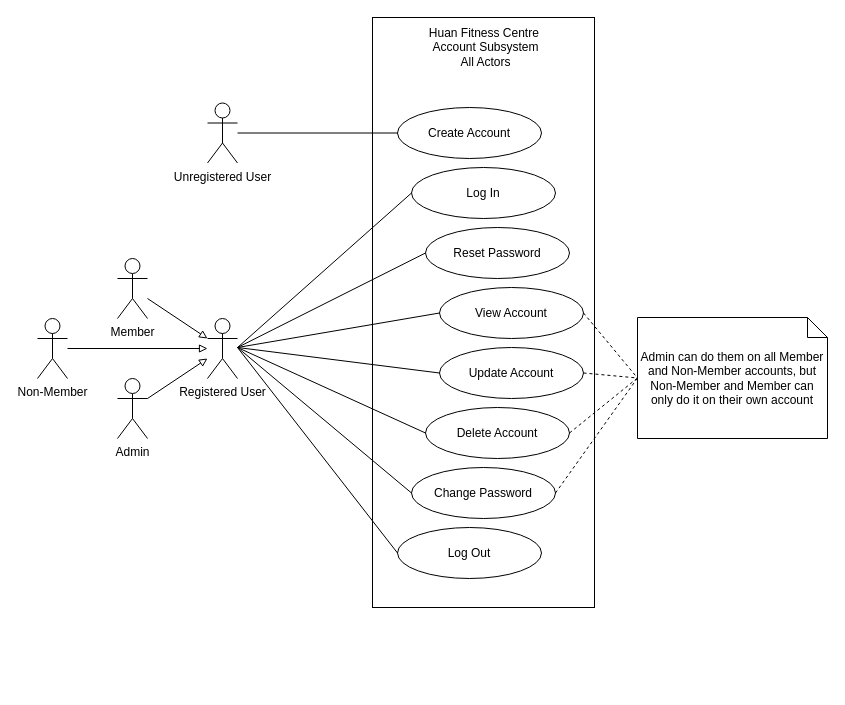
The draw.io diagram page "Account" (1 of 9) of diagrams/Use Case Diagram.drawio in iZ86/DIT2153WD, before the edit. Source tidied: cells renumbered, new cells numbered last; positions are measured from the earlier drawing's top-left corner, leaving out a move shared by most shapes. Both pictures are drawn from the tidied source at 100%, with x=0, y=0 at pixel (37, 17).
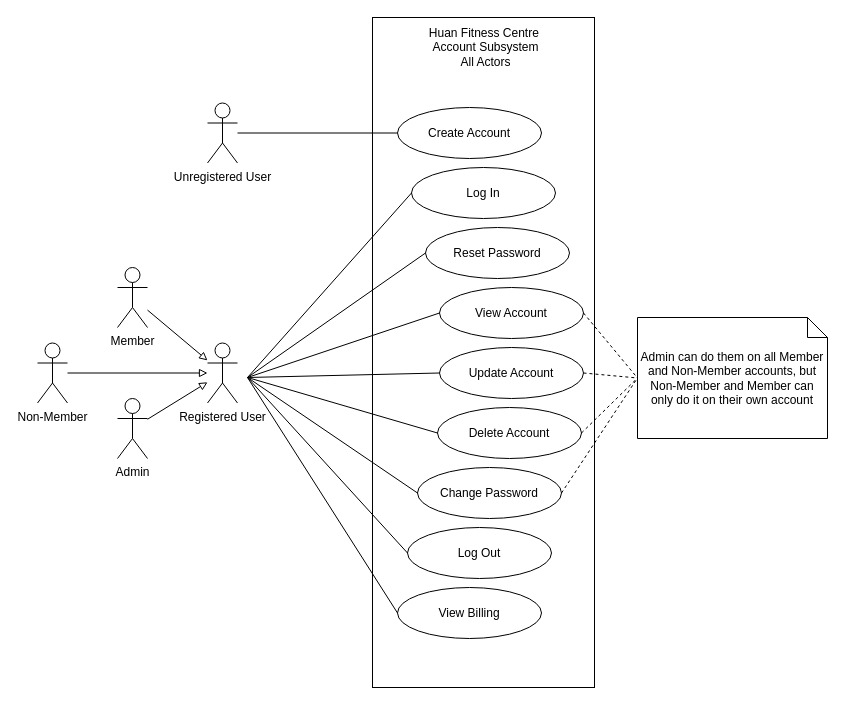
Above is the later version.

The change refers to these unchanged cells:
```xml
<mxCell id="6" value="View Account" style="ellipse;whiteSpace=wrap;html=1;" parent="1" vertex="1">
  <mxGeometry x="402" y="270" width="144" height="51" as="geometry" />
</mxCell>
<mxCell id="7" value="Update Account" style="ellipse;whiteSpace=wrap;html=1;" parent="1" vertex="1">
  <mxGeometry x="402" y="330" width="144" height="51" as="geometry" />
</mxCell>
<mxCell id="9" value="Log In" style="ellipse;whiteSpace=wrap;html=1;" parent="1" vertex="1">
  <mxGeometry x="374" y="150" width="144" height="51" as="geometry" />
</mxCell>
<mxCell id="32" value="Reset Password" style="ellipse;whiteSpace=wrap;html=1;" parent="1" vertex="1">
  <mxGeometry x="388" y="210" width="144" height="51" as="geometry" />
</mxCell>
```

Diff of the diagram source:
```diff
@@
     <mxCell id="2" style="rounded=0;whiteSpace=wrap;html=1;" parent="1" vertex="1">
-      <mxGeometry x="335" width="222" height="590" as="geometry" />
+      <mxGeometry x="335" width="222" height="670" as="geometry" />
     </mxCell>
@@
     <mxCell id="8" value="Delete Account" style="ellipse;whiteSpace=wrap;html=1;" parent="1" vertex="1">
-      <mxGeometry x="388" y="390" width="144" height="51" as="geometry" />
+      <mxGeometry x="400" y="390" width="144" height="51" as="geometry" />
     </mxCell>
@@
     <mxCell id="10" value="Change Password" style="ellipse;whiteSpace=wrap;html=1;" parent="1" vertex="1">
-      <mxGeometry x="374" y="450" width="144" height="51" as="geometry" />
+      <mxGeometry x="380" y="450" width="144" height="51" as="geometry" />
     </mxCell>
     <mxCell id="11" value="Log Out" style="ellipse;whiteSpace=wrap;html=1;" parent="1" vertex="1">
-      <mxGeometry x="360" y="510" width="144" height="51" as="geometry" />
+      <mxGeometry x="370" y="510" width="144" height="51" as="geometry" />
     </mxCell>
@@
     <mxCell id="13" style="rounded=0;jettySize=auto;html=1;entryX=0;entryY=0.5;entryDx=0;entryDy=0;endArrow=none;endFill=0;" parent="1" edge="1" target="6">
       <mxGeometry relative="1" as="geometry">
-        <mxPoint x="200" y="330" as="sourcePoint" />
+        <mxPoint x="210" y="360" as="sourcePoint" />
       </mxGeometry>
     </mxCell>
     <mxCell id="14" style="rounded=0;jettySize=auto;html=1;entryX=0;entryY=0.5;entryDx=0;entryDy=0;endArrow=none;endFill=0;" parent="1" edge="1" target="7">
       <mxGeometry relative="1" as="geometry">
-        <mxPoint x="200" y="330" as="sourcePoint" />
+        <mxPoint x="210" y="360" as="sourcePoint" />
       </mxGeometry>
     </mxCell>
     <mxCell id="15" style="rounded=0;jettySize=auto;html=1;entryX=0;entryY=0.5;entryDx=0;entryDy=0;endArrow=none;endFill=0;" parent="1" edge="1" target="8">
       <mxGeometry relative="1" as="geometry">
-        <mxPoint x="200" y="330" as="sourcePoint" />
+        <mxPoint x="210" y="360" as="sourcePoint" />
       </mxGeometry>
     </mxCell>
     <mxCell id="16" style="rounded=0;jettySize=auto;html=1;entryX=0;entryY=0.5;entryDx=0;entryDy=0;endArrow=none;endFill=0;" parent="1" edge="1" target="10">
       <mxGeometry relative="1" as="geometry">
-        <mxPoint x="200" y="330" as="sourcePoint" />
+        <mxPoint x="210" y="360" as="sourcePoint" />
       </mxGeometry>
     </mxCell>
     <mxCell id="17" style="rounded=0;jettySize=auto;html=1;entryX=0;entryY=0.5;entryDx=0;entryDy=0;endArrow=none;endFill=0;" parent="1" edge="1" target="11">
       <mxGeometry relative="1" as="geometry">
-        <mxPoint x="200" y="330" as="sourcePoint" />
+        <mxPoint x="210" y="360" as="sourcePoint" />
       </mxGeometry>
     </mxCell>
     <mxCell id="18" style="rounded=0;jettySize=auto;html=1;entryX=0;entryY=0.5;entryDx=0;entryDy=0;endArrow=none;endFill=0;" parent="1" edge="1" target="32">
       <mxGeometry relative="1" as="geometry">
-        <mxPoint x="200" y="330" as="sourcePoint" />
+        <mxPoint x="210" y="360" as="sourcePoint" />
       </mxGeometry>
     </mxCell>
     <mxCell id="19" style="rounded=0;jettySize=auto;html=1;entryX=0;entryY=0.5;entryDx=0;entryDy=0;endArrow=none;endFill=0;" parent="1" edge="1" target="9">
       <mxGeometry relative="1" as="geometry">
-        <mxPoint x="200" y="330" as="sourcePoint" />
+        <mxPoint x="210" y="360" as="sourcePoint" />
       </mxGeometry>
     </mxCell>
     <mxCell id="20" value="Registered User" style="shape=umlActor;verticalLabelPosition=bottom;verticalAlign=top;html=1;outlineConnect=0;" parent="1" vertex="1">
-      <mxGeometry x="170" y="301" width="30" height="60" as="geometry" />
+      <mxGeometry x="170" y="325.5" width="30" height="60" as="geometry" />
     </mxCell>
@@
     <mxCell id="22" value="Member" style="shape=umlActor;verticalLabelPosition=bottom;verticalAlign=top;html=1;outlineConnect=0;" parent="1" vertex="1">
-      <mxGeometry x="80" y="241" width="30" height="60" as="geometry" />
+      <mxGeometry x="80" y="250" width="30" height="60" as="geometry" />
     </mxCell>
@@
     <mxCell id="24" value="Admin" style="shape=umlActor;verticalLabelPosition=bottom;verticalAlign=top;html=1;outlineConnect=0;" parent="1" vertex="1">
-      <mxGeometry x="80" y="361" width="30" height="60" as="geometry" />
+      <mxGeometry x="80" y="381" width="30" height="60" as="geometry" />
     </mxCell>
@@
     <mxCell id="26" value="Non-Member" style="shape=umlActor;verticalLabelPosition=bottom;verticalAlign=top;html=1;outlineConnect=0;" parent="1" vertex="1">
-      <mxGeometry y="301" width="30" height="60" as="geometry" />
+      <mxGeometry y="325.5" width="30" height="60" as="geometry" />
     </mxCell>
@@
+    <mxCell id="33" style="rounded=0;jettySize=auto;html=1;endArrow=none;endFill=0;exitX=0;exitY=0.5;exitDx=0;exitDy=0;" parent="1" edge="1" source="34">
+      <mxGeometry relative="1" as="geometry">
+        <mxPoint x="210" y="360" as="targetPoint" />
+      </mxGeometry>
+    </mxCell>
+    <mxCell id="34" value="View Billing" style="ellipse;whiteSpace=wrap;html=1;" parent="1" vertex="1">
+      <mxGeometry x="360" y="570" width="144" height="51" as="geometry" />
+    </mxCell>
```
